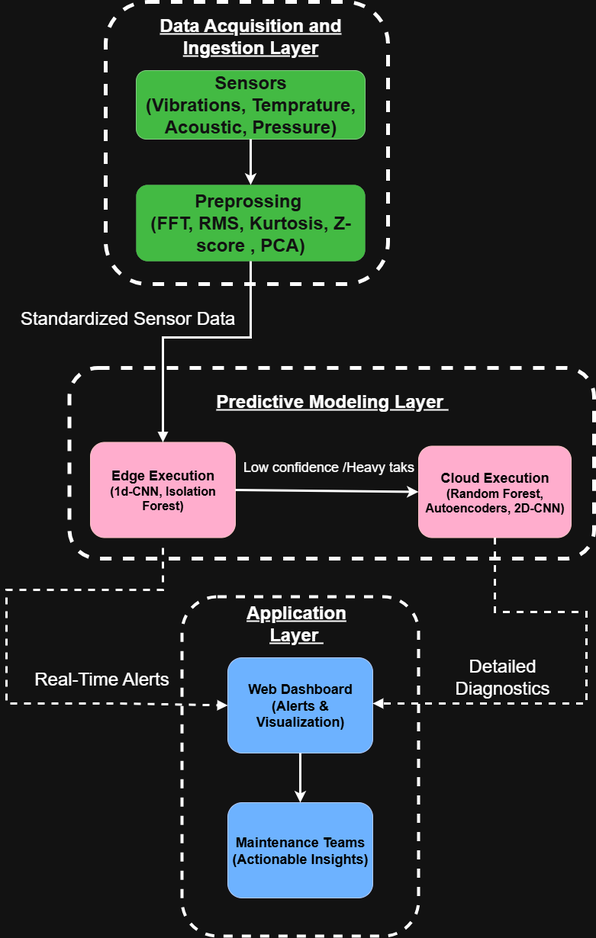
Earlier version of the draw.io export Architecture/Architecture_diagram.png (23CSE362-edge-computing-2025-26-odd/capstone-project-06_o-no). Source tidied: cells renumbered, new cells last; positions are measured from the earlier drawing's top-left corner, leaving out a move shared by most shapes.
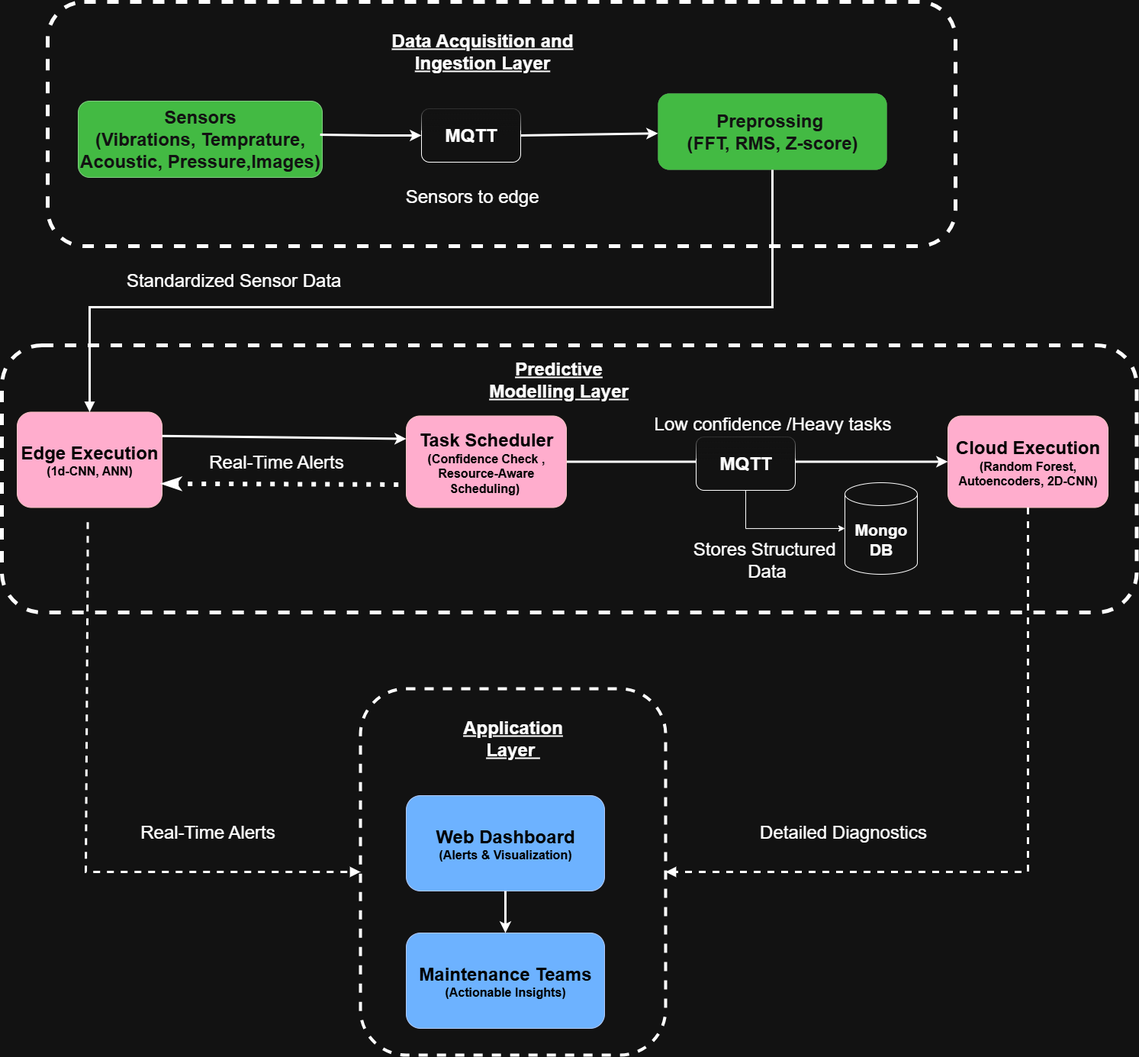
After the commit.

Commit message:
Updated the Architecture diagram

What changed in the source:
```diff
@@ -3,90 +3,127 @@
     <mxCell id="0" />
     <mxCell id="1" parent="0" />
     <mxCell id="2" value="&lt;div style=&quot;line-height: 0%; padding-top: 0px; padding-bottom: 120px;&quot;&gt;&lt;/div&gt;" style="rounded=1;whiteSpace=wrap;html=1;dashed=1;strokeWidth=5;" parent="1" vertex="1">
-      <mxGeometry x="130" width="370" height="370" as="geometry" />
+      <mxGeometry x="150" y="40" width="1190" height="320" as="geometry" />
     </mxCell>
-    <mxCell id="3" value="&lt;font style=&quot;font-size: 24px;&quot;&gt;&lt;b style=&quot;&quot;&gt;Sensors&lt;/b&gt;&lt;/font&gt;&lt;div&gt;&lt;font style=&quot;font-size: 24px;&quot;&gt;&lt;b&gt;(Vibrations, Temprature, Acoustic, Pressure)&lt;/b&gt;&lt;/font&gt;&lt;/div&gt;" style="rounded=1;whiteSpace=wrap;html=1;fillColor=#008a00;fontColor=#ffffff;strokeColor=#005700;" parent="1" vertex="1">
-      <mxGeometry x="170" y="90" width="300" height="90" as="geometry" />
+    <mxCell id="3" value="&lt;font style=&quot;font-size: 24px;&quot;&gt;&lt;b style=&quot;&quot;&gt;Sensors&lt;/b&gt;&lt;/font&gt;&lt;div&gt;&lt;font style=&quot;font-size: 24px;&quot;&gt;&lt;b&gt;(Vibrations, Temprature, Acoustic, Pressure,Images)&lt;/b&gt;&lt;/font&gt;&lt;/div&gt;" style="rounded=1;whiteSpace=wrap;html=1;fillColor=#008a00;fontColor=#ffffff;strokeColor=#005700;" parent="1" vertex="1">
+      <mxGeometry x="190" y="170" width="320" height="100" as="geometry" />
     </mxCell>
-    <mxCell id="4" value="&lt;b&gt;&lt;font style=&quot;font-size: 24px;&quot;&gt;Preprossing&amp;nbsp;&lt;br&gt;&lt;font style=&quot;&quot;&gt;(FFT, RMS, Kurtosis, Z-score , PCA)&lt;/font&gt;&lt;/font&gt;&lt;/b&gt;" style="rounded=1;whiteSpace=wrap;html=1;fillColor=#008a00;fontColor=#ffffff;strokeColor=#005700;strokeWidth=0;glass=0;shadow=0;" parent="1" vertex="1">
-      <mxGeometry x="170" y="240" width="300" height="100" as="geometry" />
+    <mxCell id="4" value="&lt;b&gt;&lt;font style=&quot;font-size: 24px;&quot;&gt;Preprossing&amp;nbsp;&lt;br&gt;&lt;font style=&quot;&quot;&gt;(FFT, RMS, Z-score)&lt;/font&gt;&lt;/font&gt;&lt;/b&gt;" style="rounded=1;whiteSpace=wrap;html=1;fillColor=#008a00;fontColor=#ffffff;strokeColor=#005700;strokeWidth=0;glass=0;shadow=0;" parent="1" vertex="1">
+      <mxGeometry x="950" y="160" width="300" height="100" as="geometry" />
     </mxCell>
-    <mxCell id="5" style="endArrow=classic;html=1;rounded=0;exitX=0.5;exitY=1;exitDx=0;exitDy=0;strokeColor=light-dark(#000000, #ffffff);strokeWidth=3;" parent="1" edge="1" source="3" target="4">
+    <mxCell id="5" style="endArrow=classic;html=1;rounded=0;exitX=1;exitY=0.5;exitDx=0;exitDy=0;strokeColor=light-dark(#000000, #ffffff);strokeWidth=3;" parent="1" edge="1" source="29" target="4">
       <mxGeometry relative="1" as="geometry" />
     </mxCell>
-    <mxCell id="6" value="&lt;div style=&quot;line-height: 0%; padding-top: 0px; padding-bottom: 160px;&quot;&gt;&lt;b style=&quot;&quot;&gt;&lt;font style=&quot;font-size: 24px;&quot;&gt;&lt;u style=&quot;&quot;&gt;Predictive Modeling Layer&amp;nbsp;&lt;/u&gt;&lt;/font&gt;&lt;/b&gt;&lt;/div&gt;" style="rounded=1;whiteSpace=wrap;html=1;dashed=1;strokeWidth=5;" parent="1" vertex="1">
-      <mxGeometry x="82.5" y="480" width="687.5" height="250" as="geometry" />
+    <mxCell id="6" value="&lt;div style=&quot;line-height: 0%; padding-top: 0px; padding-bottom: 160px;&quot;&gt;&lt;br&gt;&lt;/div&gt;" style="rounded=1;whiteSpace=wrap;html=1;dashed=1;strokeWidth=5;" parent="1" vertex="1">
+      <mxGeometry x="90" y="490" width="1487.5" height="350" as="geometry" />
     </mxCell>
-    <mxCell id="7" value="&lt;font style=&quot;color: light-dark(rgb(0, 0, 0), rgb(0, 0, 0)); font-size: 18px;&quot;&gt;&lt;b style=&quot;&quot;&gt;Edge Execution&lt;/b&gt;&lt;/font&gt;&lt;div&gt;&lt;b&gt;&lt;font size=&quot;3&quot; style=&quot;color: light-dark(rgb(0, 0, 0), rgb(0, 0, 0));&quot;&gt;(1d-CNN, Isolation Forest)&lt;/font&gt;&lt;/b&gt;&lt;/div&gt;" style="rounded=1;whiteSpace=wrap;html=1;glass=0;fillColor=#a20025;fontColor=#ffffff;strokeColor=#6F0000;" parent="1" vertex="1">
+    <mxCell id="7" value="&lt;font style=&quot;color: light-dark(rgb(0, 0, 0), rgb(0, 0, 0)); font-size: 24px;&quot;&gt;&lt;b style=&quot;&quot;&gt;Edge Execution&lt;/b&gt;&lt;/font&gt;&lt;div&gt;&lt;b&gt;&lt;font size=&quot;3&quot; style=&quot;color: light-dark(rgb(0, 0, 0), rgb(0, 0, 0));&quot;&gt;(1d-CNN, ANN)&lt;/font&gt;&lt;/b&gt;&lt;/div&gt;" style="rounded=1;whiteSpace=wrap;html=1;glass=0;fillColor=#a20025;fontColor=#ffffff;strokeColor=#6F0000;" parent="1" vertex="1">
       <mxGeometry x="110" y="577.5" width="190" height="125" as="geometry" />
     </mxCell>
-    <mxCell id="8" value="&lt;font style=&quot;color: light-dark(rgb(0, 0, 0), rgb(0, 0, 0)); font-size: 18px;&quot;&gt;&lt;b style=&quot;&quot;&gt;Cloud Execution&lt;/b&gt;&lt;/font&gt;&lt;div&gt;&lt;font size=&quot;3&quot; style=&quot;color: light-dark(rgb(0, 0, 0), rgb(0, 0, 0));&quot;&gt;&lt;font style=&quot;&quot;&gt;&lt;b&gt;(&lt;/b&gt;&lt;/font&gt;&lt;span style=&quot;background-color: transparent;&quot;&gt;&lt;font&gt;&lt;b&gt;Random Forest, Autoencoders, 2D-CNN&lt;/b&gt;&lt;/font&gt;&lt;/span&gt;&lt;b style=&quot;background-color: transparent;&quot;&gt;)&lt;/b&gt;&lt;/font&gt;&lt;/div&gt;" style="rounded=1;whiteSpace=wrap;html=1;glass=0;fillColor=#a20025;fontColor=#ffffff;strokeColor=#6F0000;" parent="1" vertex="1">
-      <mxGeometry x="540" y="582.5" width="200" height="120" as="geometry" />
+    <mxCell id="8" value="&lt;font style=&quot;color: light-dark(rgb(0, 0, 0), rgb(0, 0, 0)); font-size: 24px;&quot;&gt;&lt;b style=&quot;&quot;&gt;Cloud Execution&lt;/b&gt;&lt;/font&gt;&lt;div&gt;&lt;font size=&quot;3&quot; style=&quot;color: light-dark(rgb(0, 0, 0), rgb(0, 0, 0));&quot;&gt;&lt;font style=&quot;&quot;&gt;&lt;b&gt;(&lt;/b&gt;&lt;/font&gt;&lt;span style=&quot;background-color: transparent;&quot;&gt;&lt;font&gt;&lt;b&gt;Random Forest, Autoencoders, 2D-CNN&lt;/b&gt;&lt;/font&gt;&lt;/span&gt;&lt;b style=&quot;background-color: transparent;&quot;&gt;)&lt;/b&gt;&lt;/font&gt;&lt;/div&gt;" style="rounded=1;whiteSpace=wrap;html=1;glass=0;fillColor=#a20025;fontColor=#ffffff;strokeColor=#6F0000;" parent="1" vertex="1">
+      <mxGeometry x="1330" y="582.5" width="210" height="120" as="geometry" />
     </mxCell>
     <mxCell id="9" style="endArrow=none;html=1;rounded=0;entryX=0.5;entryY=1;entryDx=0;entryDy=0;exitX=0.5;exitY=0;exitDx=0;exitDy=0;strokeWidth=3;endFill=0;startArrow=block;startFill=1;" parent="1" edge="1" source="7" target="4">
       <mxGeometry relative="1" as="geometry">
         <Array as="points">
           <mxPoint x="205" y="440" />
           <mxPoint x="320" y="440" />
+          <mxPoint x="745" y="440" />
+          <mxPoint x="1100" y="440" />
         </Array>
       </mxGeometry>
     </mxCell>
-    <mxCell id="10" style="endArrow=classic;html=1;rounded=0;entryX=0;entryY=0.5;entryDx=0;entryDy=0;exitX=1;exitY=0.5;exitDx=0;exitDy=0;strokeWidth=3;" parent="1" edge="1" source="7" target="8">
+    <mxCell id="10" style="endArrow=classic;html=1;rounded=0;entryX=0;entryY=0.5;entryDx=0;entryDy=0;exitX=1;exitY=0.5;exitDx=0;exitDy=0;strokeWidth=3;" parent="1" edge="1" source="25" target="8">
       <mxGeometry relative="1" as="geometry" />
     </mxCell>
-    <mxCell id="11" value="&lt;font style=&quot;font-size: 18px;&quot;&gt;Low confidence /Heavy taks&lt;/font&gt;" style="text;html=1;align=center;verticalAlign=middle;whiteSpace=wrap;rounded=0;" parent="1" vertex="1">
-      <mxGeometry x="285" y="595" width="275" height="30" as="geometry" />
+    <mxCell id="11" value="&lt;font style=&quot;font-size: 24px;&quot;&gt;Low confidence /Heavy tasks&lt;/font&gt;" style="text;html=1;align=center;verticalAlign=middle;whiteSpace=wrap;rounded=0;" parent="1" vertex="1">
+      <mxGeometry x="887.5" y="577.5" width="425" height="30" as="geometry" />
     </mxCell>
     <mxCell id="12" value="&lt;font style=&quot;font-size: 24px;&quot;&gt;Standardized Sensor Data&amp;nbsp;&lt;/font&gt;" style="text;html=1;align=center;verticalAlign=middle;whiteSpace=wrap;rounded=0;" parent="1" vertex="1">
-      <mxGeometry y="400" width="325" height="30" as="geometry" />
+      <mxGeometry x="235" y="390" width="325" height="30" as="geometry" />
     </mxCell>
     <mxCell id="13" style="edgeStyle=orthogonalEdgeStyle;rounded=0;orthogonalLoop=1;jettySize=auto;html=1;exitX=0.5;exitY=1;exitDx=0;exitDy=0;" parent="1" edge="1" source="12" target="12">
       <mxGeometry relative="1" as="geometry" />
     </mxCell>
     <mxCell id="14" value="&lt;font style=&quot;font-size: 24px;&quot;&gt;&lt;b style=&quot;&quot;&gt;&lt;u style=&quot;&quot;&gt;Data Acquisition and Ingestion Layer&lt;/u&gt;&lt;/b&gt;&lt;/font&gt;" style="text;html=1;align=center;verticalAlign=middle;whiteSpace=wrap;rounded=0;" parent="1" vertex="1">
-      <mxGeometry x="190" y="30" width="260" height="30" as="geometry" />
+      <mxGeometry x="590" y="90" width="260" height="30" as="geometry" />
     </mxCell>
     <mxCell id="15" style="rounded=1;whiteSpace=wrap;html=1;dashed=1;strokeWidth=4;" parent="1" vertex="1">
-      <mxGeometry x="230" y="780" width="310" height="445" as="geometry" />
+      <mxGeometry x="560" y="940" width="400" height="480" as="geometry" />
     </mxCell>
     <mxCell id="16" value="&lt;font style=&quot;font-size: 24px;&quot;&gt;&lt;b style=&quot;&quot;&gt;&lt;u style=&quot;&quot;&gt;Application Layer&amp;nbsp;&lt;/u&gt;&lt;/b&gt;&lt;/font&gt;" style="text;html=1;align=center;verticalAlign=middle;whiteSpace=wrap;rounded=0;" parent="1" vertex="1">
-      <mxGeometry x="285" y="800" width="190" height="30" as="geometry" />
+      <mxGeometry x="665" y="990" width="190" height="30" as="geometry" />
     </mxCell>
-    <mxCell id="17" value="&lt;div&gt;&lt;font style=&quot;color: light-dark(rgb(0, 0, 0), rgb(0, 0, 0));&quot;&gt;&lt;span style=&quot;font-size: 18px;&quot;&gt;&lt;b style=&quot;&quot;&gt;Web Dashboard&lt;/b&gt;&lt;/span&gt;&lt;/font&gt;&lt;/div&gt;&lt;div&gt;&lt;font style=&quot;color: light-dark(rgb(0, 0, 0), rgb(0, 0, 0));&quot;&gt;&lt;span style=&quot;font-size: 18px;&quot;&gt;&lt;b style=&quot;&quot;&gt;(Alerts &amp;amp; Visualization)&lt;/b&gt;&lt;/span&gt;&lt;/font&gt;&lt;/div&gt;" style="rounded=1;whiteSpace=wrap;html=1;glass=0;fillColor=#0050ef;fontColor=#ffffff;strokeColor=#001DBC;" parent="1" vertex="1">
-      <mxGeometry x="290" y="860" width="190" height="125" as="geometry" />
+    <mxCell id="17" value="&lt;div&gt;&lt;font style=&quot;color: light-dark(rgb(0, 0, 0), rgb(0, 0, 0)); font-size: 24px;&quot;&gt;&lt;b style=&quot;&quot;&gt;Web Dashboard&lt;/b&gt;&lt;/font&gt;&lt;/div&gt;&lt;div&gt;&lt;font size=&quot;3&quot; style=&quot;color: light-dark(rgb(0, 0, 0), rgb(0, 0, 0));&quot;&gt;&lt;b style=&quot;&quot;&gt;(Alerts &amp;amp; Visualization)&lt;/b&gt;&lt;/font&gt;&lt;/div&gt;" style="rounded=1;whiteSpace=wrap;html=1;glass=0;fillColor=#0050ef;fontColor=#ffffff;strokeColor=#001DBC;" parent="1" vertex="1">
+      <mxGeometry x="620" y="1080" width="260" height="125" as="geometry" />
     </mxCell>
-    <mxCell id="18" value="&lt;div&gt;&lt;font style=&quot;color: light-dark(rgb(0, 0, 0), rgb(0, 0, 0));&quot;&gt;&lt;span style=&quot;font-size: 18px;&quot;&gt;&lt;b style=&quot;&quot;&gt;Maintenance Teams&lt;/b&gt;&lt;/span&gt;&lt;/font&gt;&lt;/div&gt;&lt;div&gt;&lt;font style=&quot;color: light-dark(rgb(0, 0, 0), rgb(0, 0, 0));&quot;&gt;&lt;span style=&quot;font-size: 18px;&quot;&gt;&lt;b style=&quot;&quot;&gt;(Actionable Insights)&lt;/b&gt;&lt;/span&gt;&lt;/font&gt;&lt;/div&gt;" style="rounded=1;whiteSpace=wrap;html=1;glass=0;fillColor=#0050ef;fontColor=#ffffff;strokeColor=#001DBC;" parent="1" vertex="1">
-      <mxGeometry x="290" y="1050" width="190" height="125" as="geometry" />
+    <mxCell id="18" value="&lt;div&gt;&lt;font style=&quot;color: light-dark(rgb(0, 0, 0), rgb(0, 0, 0)); font-size: 24px;&quot;&gt;&lt;b style=&quot;&quot;&gt;Maintenance Teams&lt;/b&gt;&lt;/font&gt;&lt;/div&gt;&lt;div&gt;&lt;font size=&quot;3&quot; style=&quot;color: light-dark(rgb(0, 0, 0), rgb(0, 0, 0));&quot;&gt;&lt;b style=&quot;&quot;&gt;(Actionable Insights)&lt;/b&gt;&lt;/font&gt;&lt;/div&gt;" style="rounded=1;whiteSpace=wrap;html=1;glass=0;fillColor=#0050ef;fontColor=#ffffff;strokeColor=#001DBC;" parent="1" vertex="1">
+      <mxGeometry x="620" y="1260" width="260" height="125" as="geometry" />
     </mxCell>
     <mxCell id="19" style="endArrow=classic;html=1;rounded=0;entryX=0.5;entryY=0;entryDx=0;entryDy=0;exitX=0.5;exitY=1;exitDx=0;exitDy=0;strokeWidth=3;" parent="1" edge="1" source="17" target="18">
       <mxGeometry relative="1" as="geometry" />
     </mxCell>
     <mxCell id="20" value="&lt;font style=&quot;font-size: 24px;&quot;&gt;Real-Time Alerts&lt;/font&gt;" style="text;html=1;align=center;verticalAlign=middle;whiteSpace=wrap;rounded=0;" parent="1" vertex="1">
-      <mxGeometry x="35" y="860" width="180" height="55" as="geometry" />
+      <mxGeometry x="270" y="1100" width="180" height="55" as="geometry" />
     </mxCell>
     <mxCell id="21" value="&lt;font style=&quot;font-size: 24px;&quot;&gt;Detailed Diagnostics&lt;/font&gt;" style="text;html=1;align=center;verticalAlign=middle;whiteSpace=wrap;rounded=0;" parent="1" vertex="1">
-      <mxGeometry x="540" y="870" width="220" height="30" as="geometry" />
+      <mxGeometry x="977.5" y="1112.5" width="430" height="30" as="geometry" />
     </mxCell>
-    <mxCell id="22" style="endArrow=block;html=1;rounded=0;entryX=0;entryY=0.5;entryDx=0;entryDy=0;exitX=0.5;exitY=1;exitDx=0;exitDy=0;dashed=1;strokeWidth=3;endFill=1;" parent="1" edge="1" target="17">
+    <mxCell id="22" style="endArrow=block;html=1;rounded=0;exitX=0.5;exitY=1;exitDx=0;exitDy=0;dashed=1;strokeWidth=3;endFill=1;entryX=0;entryY=0.5;entryDx=0;entryDy=0;" parent="1" edge="1" target="15">
       <mxGeometry relative="1" as="geometry">
-        <mxPoint x="205" y="716" as="sourcePoint" />
+        <mxPoint x="202.5" y="721.8" as="sourcePoint" />
         <Array as="points">
-          <mxPoint x="205" y="771" />
-          <mxPoint y="771" />
-          <mxPoint y="920" />
-          <mxPoint x="150" y="920" />
+          <mxPoint x="202.5" y="776.8" />
+          <mxPoint x="200" y="1180" />
         </Array>
       </mxGeometry>
     </mxCell>
-    <mxCell id="23" style="endArrow=block;html=1;rounded=0;exitX=0.5;exitY=1;exitDx=0;exitDy=0;dashed=1;strokeWidth=3;endFill=1;" parent="1" edge="1" source="8">
+    <mxCell id="23" style="endArrow=block;html=1;rounded=0;exitX=0.5;exitY=1;exitDx=0;exitDy=0;dashed=1;strokeWidth=3;endFill=1;entryX=1;entryY=0.5;entryDx=0;entryDy=0;" parent="1" edge="1" source="8" target="15">
       <mxGeometry relative="1" as="geometry">
-        <mxPoint x="480" y="920" as="targetPoint" />
         <Array as="points">
-          <mxPoint x="640" y="800" />
-          <mxPoint x="760" y="800" />
-          <mxPoint x="760" y="920" />
+          <mxPoint x="1435" y="1180" />
         </Array>
       </mxGeometry>
     </mxCell>
+    <mxCell id="24" style="endArrow=classic;html=1;rounded=0;exitX=1;exitY=0.25;exitDx=0;exitDy=0;strokeWidth=3;entryX=0;entryY=0.25;entryDx=0;entryDy=0;" parent="1" edge="1" source="7" target="25">
+      <mxGeometry relative="1" as="geometry" />
+    </mxCell>
+    <mxCell id="25" value="&lt;font style=&quot;color: light-dark(rgb(0, 0, 0), rgb(0, 0, 0)); font-size: 24px;&quot;&gt;&lt;b style=&quot;&quot;&gt;Task Scheduler&lt;/b&gt;&lt;/font&gt;&lt;div&gt;&lt;font size=&quot;3&quot; style=&quot;color: light-dark(rgb(0, 0, 0), rgb(0, 0, 0));&quot;&gt;&lt;b style=&quot;&quot;&gt;(Confidence Check , Resource-Aware Scheduling)&amp;nbsp;&lt;/b&gt;&lt;/font&gt;&lt;/div&gt;" style="rounded=1;whiteSpace=wrap;html=1;glass=0;fillColor=#a20025;fontColor=#ffffff;strokeColor=#6F0000;" parent="1" vertex="1">
+      <mxGeometry x="620" y="582.5" width="210" height="120" as="geometry" />
+    </mxCell>
+    <mxCell id="26" style="endArrow=none;dashed=1;html=1;rounded=0;exitX=1;exitY=0.75;exitDx=0;exitDy=0;entryX=0;entryY=0.75;entryDx=0;entryDy=0;dashPattern=1 2;startArrow=classicThin;startFill=0;strokeWidth=6;" parent="1" edge="1" source="7" target="25">
+      <mxGeometry relative="1" as="geometry" />
+    </mxCell>
+    <mxCell id="27" value="&lt;font style=&quot;font-size: 24px;&quot;&gt;Real-Time Alerts&lt;/font&gt;" style="text;html=1;align=center;verticalAlign=middle;whiteSpace=wrap;rounded=0;" parent="1" vertex="1">
+      <mxGeometry x="360" y="615" width="180" height="55" as="geometry" />
+    </mxCell>
+    <mxCell id="28" style="endArrow=classic;html=1;rounded=0;exitX=0.991;exitY=0.44;exitDx=0;exitDy=0;strokeColor=light-dark(#000000, #ffffff);strokeWidth=3;entryX=0;entryY=0.5;entryDx=0;entryDy=0;exitPerimeter=0;" parent="1" edge="1" source="3" target="29">
+      <mxGeometry relative="1" as="geometry">
+        <Array as="points">
+          <mxPoint x="580" y="215" />
+        </Array>
+      </mxGeometry>
+    </mxCell>
+    <mxCell id="29" value="&lt;span style=&quot;font-size: 24px;&quot;&gt;&lt;b&gt;&lt;font style=&quot;color: light-dark(rgb(0, 0, 0), rgb(255, 255, 255));&quot;&gt;MQTT&lt;/font&gt;&lt;/b&gt;&lt;/span&gt;" style="rounded=1;whiteSpace=wrap;html=1;shadow=0;glass=1;" parent="1" vertex="1">
+      <mxGeometry x="640" y="180" width="130" height="70" as="geometry" />
+    </mxCell>
+    <mxCell id="30" value="&lt;font style=&quot;font-size: 24px;&quot;&gt;Sensors to edge&amp;nbsp;&lt;/font&gt;" style="text;html=1;align=center;verticalAlign=middle;whiteSpace=wrap;rounded=0;" parent="1" vertex="1">
+      <mxGeometry x="500" y="280" width="420" height="30" as="geometry" />
+    </mxCell>
+    <mxCell id="31" value="&lt;span style=&quot;font-size: 24px;&quot;&gt;&lt;b&gt;&lt;font style=&quot;color: light-dark(rgb(0, 0, 0), rgb(255, 255, 255));&quot;&gt;MQTT&lt;/font&gt;&lt;/b&gt;&lt;/span&gt;" style="rounded=1;whiteSpace=wrap;html=1;shadow=0;glass=1;" parent="1" vertex="1">
+      <mxGeometry x="1000" y="610" width="130" height="70" as="geometry" />
+    </mxCell>
+    <mxCell id="32" value="&lt;span style=&quot;font-size: 21px;&quot;&gt;&lt;b&gt;Mongo DB&lt;/b&gt;&lt;/span&gt;" style="shape=cylinder3;whiteSpace=wrap;html=1;boundedLbl=1;backgroundOutline=1;size=15;" parent="1" vertex="1">
+      <mxGeometry x="1195" y="670" width="95" height="120" as="geometry" />
+    </mxCell>
+    <mxCell id="33" style="edgeStyle=orthogonalEdgeStyle;rounded=0;jettySize=auto;html=1;exitX=0.5;exitY=1;exitDx=0;exitDy=0;entryX=0;entryY=0.5;entryDx=0;entryDy=0;entryPerimeter=0;" parent="1" edge="1" source="31" target="32">
+      <mxGeometry relative="1" as="geometry" />
+    </mxCell>
+    <mxCell id="34" value="&lt;span style=&quot;font-size: 24px;&quot;&gt;Stores Structured&amp;nbsp; Data&lt;/span&gt;" style="text;html=1;align=center;verticalAlign=middle;whiteSpace=wrap;rounded=0;" parent="1" vertex="1">
+      <mxGeometry x="977.5" y="770" width="230" as="geometry" />
+    </mxCell>
+    <mxCell id="35" value="&lt;span style=&quot;font-size: 24px;&quot;&gt;&lt;b&gt;&lt;u&gt;Predictive Modelling Layer&lt;/u&gt;&lt;/b&gt;&lt;/span&gt;" style="text;html=1;align=center;verticalAlign=middle;whiteSpace=wrap;rounded=0;" parent="1" vertex="1">
+      <mxGeometry x="710" y="520" width="220" height="30" as="geometry" />
+    </mxCell>
   </root>
 </mxGraphModel>
```
